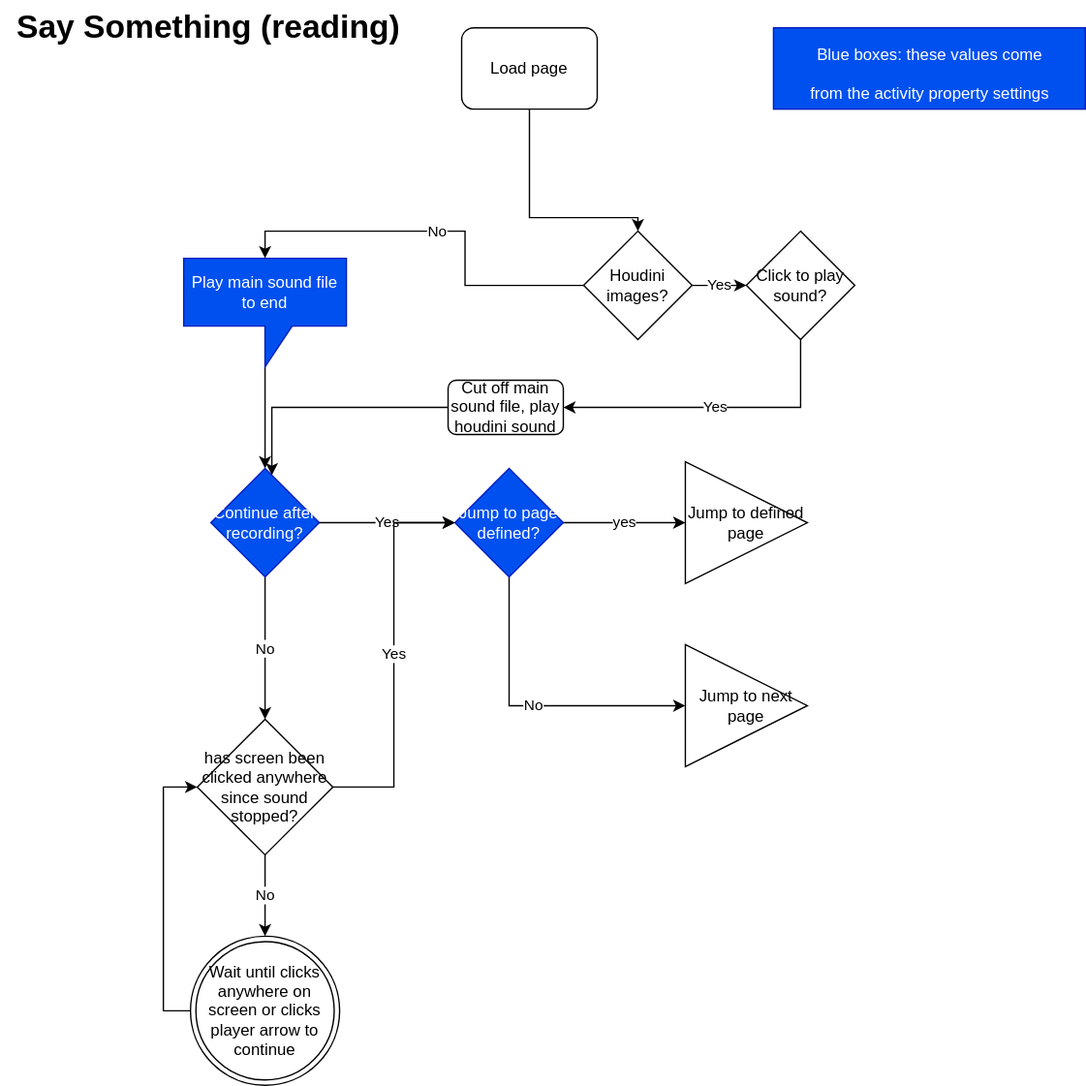
Before: legacy-player/Say-something.drawio.svg, a diagram exported from draw.io (ji-devs/ji-cloud-flowcharts). Source tidied: cells renumbered, new cells last; positions are measured from the earlier drawing's top-left corner, leaving out a move shared by most shapes. Source of this version:
```xml
<mxGraphModel>
  <root>
    <mxCell id="0" />
    <mxCell id="1" parent="0" />
    <mxCell id="2" value="yes" style="edgeStyle=orthogonalEdgeStyle;rounded=0;jettySize=auto;html=1;" parent="1" edge="1" source="7" target="5">
      <mxGeometry relative="1" as="geometry" />
    </mxCell>
    <mxCell id="3" value="No" style="edgeStyle=orthogonalEdgeStyle;rounded=0;jettySize=auto;html=1;" parent="1" edge="1" source="4" target="17">
      <mxGeometry relative="1" as="geometry" />
    </mxCell>
    <mxCell id="4" value="Continue after recording?" style="rhombus;whiteSpace=wrap;html=1;fillColor=#0050ef;strokeColor=#001DBC;fontColor=#ffffff;" parent="1" vertex="1">
      <mxGeometry x="155" y="345" width="80" height="80" as="geometry" />
    </mxCell>
    <mxCell id="5" value="Jump to defined page" style="triangle;whiteSpace=wrap;html=1;" parent="1" vertex="1">
      <mxGeometry x="505" y="340" width="90" height="90" as="geometry" />
    </mxCell>
    <mxCell id="6" value="No" style="edgeStyle=orthogonalEdgeStyle;rounded=0;jettySize=auto;html=1;entryX=0;entryY=0.5;entryDx=0;entryDy=0;exitX=0.5;exitY=1;exitDx=0;exitDy=0;" parent="1" edge="1" source="7" target="10">
      <mxGeometry relative="1" as="geometry" />
    </mxCell>
    <mxCell id="7" value="Jump to page defined?" style="rhombus;whiteSpace=wrap;html=1;fillColor=#0050ef;strokeColor=#001DBC;fontColor=#ffffff;" parent="1" vertex="1">
      <mxGeometry x="335" y="345" width="80" height="80" as="geometry" />
    </mxCell>
    <mxCell id="8" value="Yes" style="edgeStyle=orthogonalEdgeStyle;rounded=0;jettySize=auto;html=1;" parent="1" edge="1" source="4" target="7">
      <mxGeometry relative="1" as="geometry" />
    </mxCell>
    <mxCell id="9" value="Say Something (reading)" style="text;strokeColor=none;fillColor=none;html=1;fontSize=24;fontStyle=1;verticalAlign=middle;align=center;" parent="1" vertex="1">
      <mxGeometry width="305" height="40" as="geometry" />
    </mxCell>
    <mxCell id="10" value="Jump to next page" style="triangle;whiteSpace=wrap;html=1;" parent="1" vertex="1">
      <mxGeometry x="505" y="475" width="90" height="90" as="geometry" />
    </mxCell>
    <mxCell id="11" style="edgeStyle=orthogonalEdgeStyle;rounded=0;jettySize=auto;html=1;entryX=0.5;entryY=0;entryDx=0;entryDy=0;" parent="1" edge="1" source="12" target="4">
      <mxGeometry relative="1" as="geometry" />
    </mxCell>
    <mxCell id="12" value="Play main sound file to end" style="shape=callout;whiteSpace=wrap;html=1;perimeter=calloutPerimeter;fillColor=#0050ef;strokeColor=#001DBC;fontColor=#ffffff;" parent="1" vertex="1">
      <mxGeometry x="135" y="190" width="120" height="80" as="geometry" />
    </mxCell>
    <mxCell id="13" style="edgeStyle=orthogonalEdgeStyle;rounded=0;jettySize=auto;html=1;exitX=0.5;exitY=1;exitDx=0;exitDy=0;entryX=0.5;entryY=0;entryDx=0;entryDy=0;" parent="1" edge="1" source="14" target="23">
      <mxGeometry relative="1" as="geometry">
        <Array as="points">
          <mxPoint x="390" y="160" />
          <mxPoint x="470" y="160" />
        </Array>
      </mxGeometry>
    </mxCell>
    <mxCell id="14" value="Load page" style="rounded=1;whiteSpace=wrap;html=1;" parent="1" vertex="1">
      <mxGeometry x="340" y="20" width="100" height="60" as="geometry" />
    </mxCell>
    <mxCell id="15" value="Yes" style="edgeStyle=orthogonalEdgeStyle;rounded=0;jettySize=auto;html=1;entryX=0;entryY=0.5;entryDx=0;entryDy=0;" parent="1" edge="1" source="17" target="7">
      <mxGeometry relative="1" as="geometry" />
    </mxCell>
    <mxCell id="16" value="No" style="edgeStyle=orthogonalEdgeStyle;rounded=0;jettySize=auto;html=1;entryX=0.5;entryY=0;entryDx=0;entryDy=0;" parent="1" edge="1" source="17" target="19">
      <mxGeometry relative="1" as="geometry" />
    </mxCell>
    <mxCell id="17" value="has screen been clicked anywhere since sound stopped?" style="rhombus;whiteSpace=wrap;html=1;" parent="1" vertex="1">
      <mxGeometry x="145" y="530" width="100" height="100" as="geometry" />
    </mxCell>
    <mxCell id="18" style="edgeStyle=orthogonalEdgeStyle;rounded=0;jettySize=auto;html=1;entryX=0;entryY=0.5;entryDx=0;entryDy=0;" parent="1" edge="1" source="19" target="17">
      <mxGeometry relative="1" as="geometry">
        <Array as="points">
          <mxPoint x="120" y="745" />
          <mxPoint x="120" y="580" />
        </Array>
      </mxGeometry>
    </mxCell>
    <mxCell id="19" value="Wait until clicks anywhere on screen or clicks player arrow to continue" style="ellipse;shape=doubleEllipse;whiteSpace=wrap;html=1;" parent="1" vertex="1">
      <mxGeometry x="140" y="690" width="110" height="110" as="geometry" />
    </mxCell>
    <mxCell id="20" value="&lt;span style=&quot;font-weight: normal&quot;&gt;&lt;font style=&quot;font-size: 12px&quot;&gt;Blue boxes: these values come &lt;br&gt;from the activity property settings&lt;/font&gt;&lt;/span&gt;" style="text;strokeColor=#001DBC;fillColor=#0050ef;html=1;fontSize=24;fontStyle=1;verticalAlign=middle;align=center;fontColor=#ffffff;" parent="1" vertex="1">
      <mxGeometry x="570" y="20" width="230" height="60" as="geometry" />
    </mxCell>
    <mxCell id="21" value="No" style="edgeStyle=orthogonalEdgeStyle;rounded=0;jettySize=auto;html=1;entryX=0.5;entryY=0;entryDx=0;entryDy=0;entryPerimeter=0;" parent="1" edge="1" source="23" target="12">
      <mxGeometry relative="1" as="geometry" />
    </mxCell>
    <mxCell id="22" value="Yes" style="edgeStyle=orthogonalEdgeStyle;rounded=0;jettySize=auto;html=1;entryX=0;entryY=0.5;entryDx=0;entryDy=0;" parent="1" edge="1" source="23" target="25">
      <mxGeometry relative="1" as="geometry" />
    </mxCell>
    <mxCell id="23" value="Houdini images?" style="rhombus;whiteSpace=wrap;html=1;" parent="1" vertex="1">
      <mxGeometry x="430" y="170" width="80" height="80" as="geometry" />
    </mxCell>
    <mxCell id="24" value="Yes" style="edgeStyle=orthogonalEdgeStyle;rounded=0;jettySize=auto;html=1;entryX=1;entryY=0.5;entryDx=0;entryDy=0;exitX=0.5;exitY=1;exitDx=0;exitDy=0;" parent="1" edge="1" source="25" target="27">
      <mxGeometry relative="1" as="geometry" />
    </mxCell>
    <mxCell id="25" value="Click to play sound?" style="rhombus;whiteSpace=wrap;html=1;" parent="1" vertex="1">
      <mxGeometry x="550" y="170" width="80" height="80" as="geometry" />
    </mxCell>
    <mxCell id="26" style="edgeStyle=orthogonalEdgeStyle;rounded=0;jettySize=auto;html=1;entryX=0.563;entryY=0.063;entryDx=0;entryDy=0;entryPerimeter=0;" parent="1" edge="1" source="27" target="4">
      <mxGeometry relative="1" as="geometry" />
    </mxCell>
    <mxCell id="27" value="Cut off main sound file, play houdini sound" style="rounded=1;whiteSpace=wrap;html=1;" parent="1" vertex="1">
      <mxGeometry x="330" y="280" width="85" height="40" as="geometry" />
    </mxCell>
  </root>
</mxGraphModel>
```
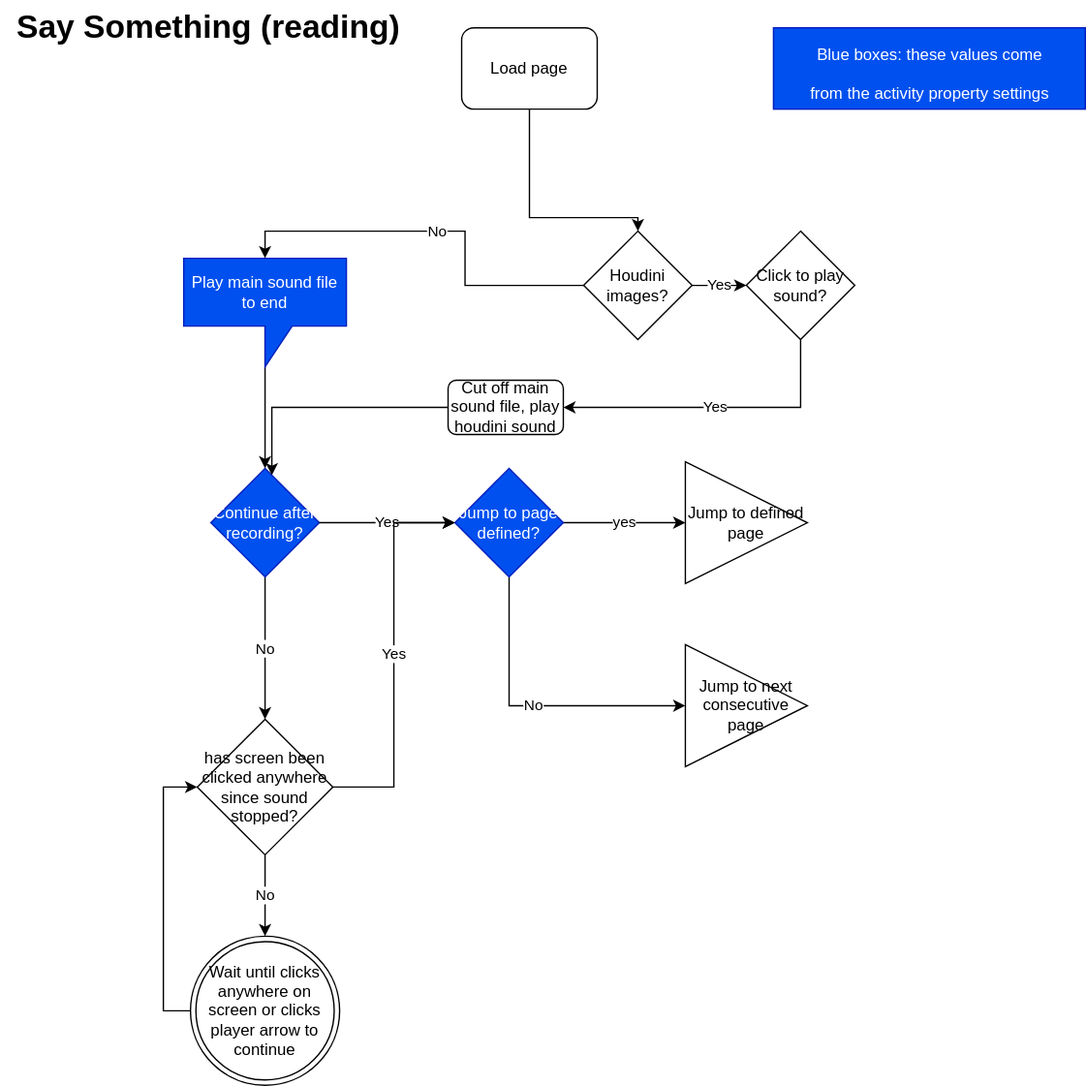
The same diagram one commit later.

Change to the diagram source:
```diff
@@ -26,7 +26,7 @@
     <mxCell id="9" value="Say Something (reading)" style="text;strokeColor=none;fillColor=none;html=1;fontSize=24;fontStyle=1;verticalAlign=middle;align=center;" parent="1" vertex="1">
       <mxGeometry width="305" height="40" as="geometry" />
     </mxCell>
-    <mxCell id="10" value="Jump to next page" style="triangle;whiteSpace=wrap;html=1;" parent="1" vertex="1">
+    <mxCell id="10" value="Jump to next consecutive page" style="triangle;whiteSpace=wrap;html=1;" parent="1" vertex="1">
       <mxGeometry x="505" y="475" width="90" height="90" as="geometry" />
     </mxCell>
     <mxCell id="11" style="edgeStyle=orthogonalEdgeStyle;rounded=0;jettySize=auto;html=1;entryX=0.5;entryY=0;entryDx=0;entryDy=0;" parent="1" edge="1" source="12" target="4">
```
